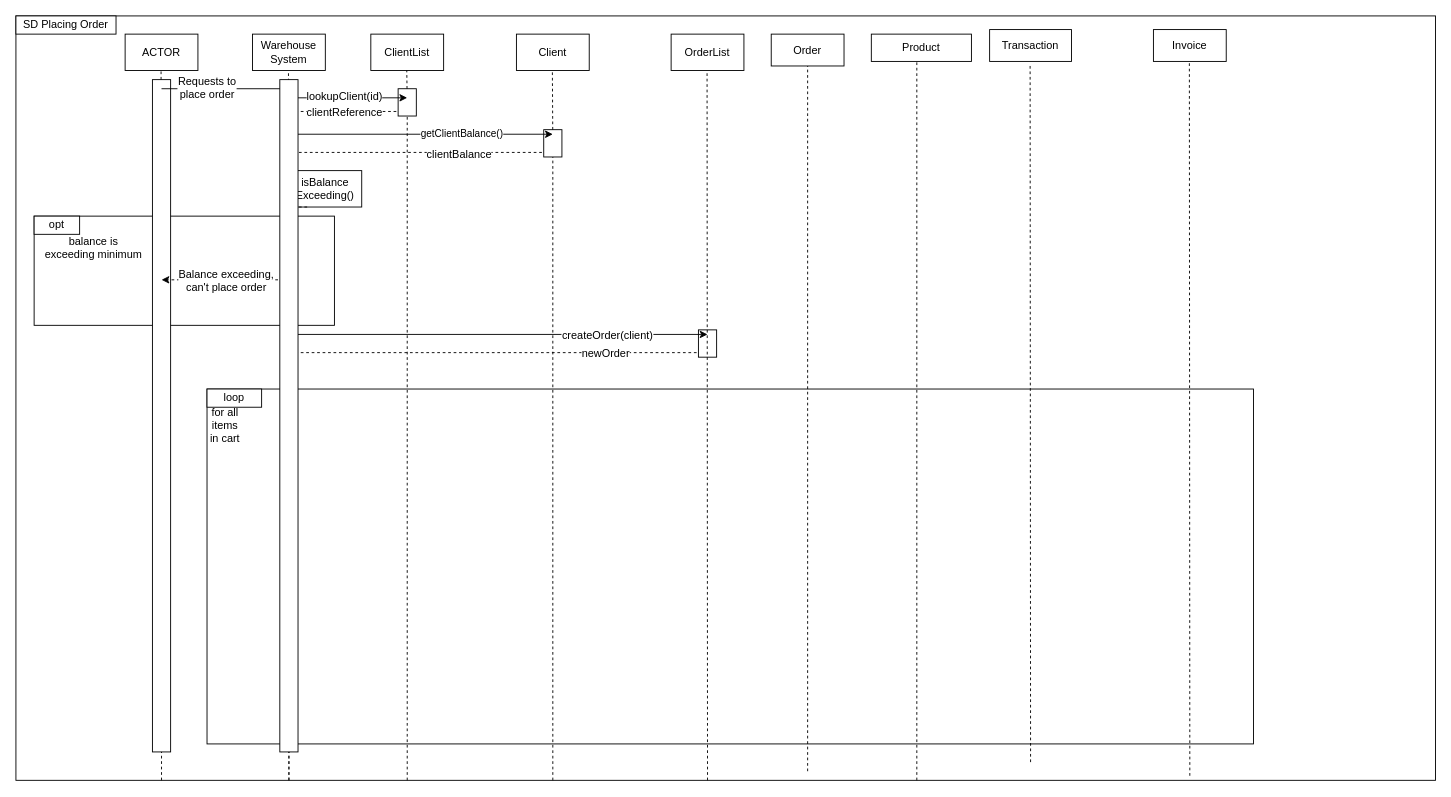
chrismd2/CSci-430-Group-11 keeps this draw.io diagram as Project_1/SequenceDiagrams/AcceptOrder.drawio. Above is the earlier version. Source tidied: cells renumbered, new cells numbered last; positions are measured from the earlier drawing's top-left corner, leaving out a move shared by most shapes. Both pictures are drawn from the tidied source at 91%, with x=0, y=0 at pixel (15, 15).
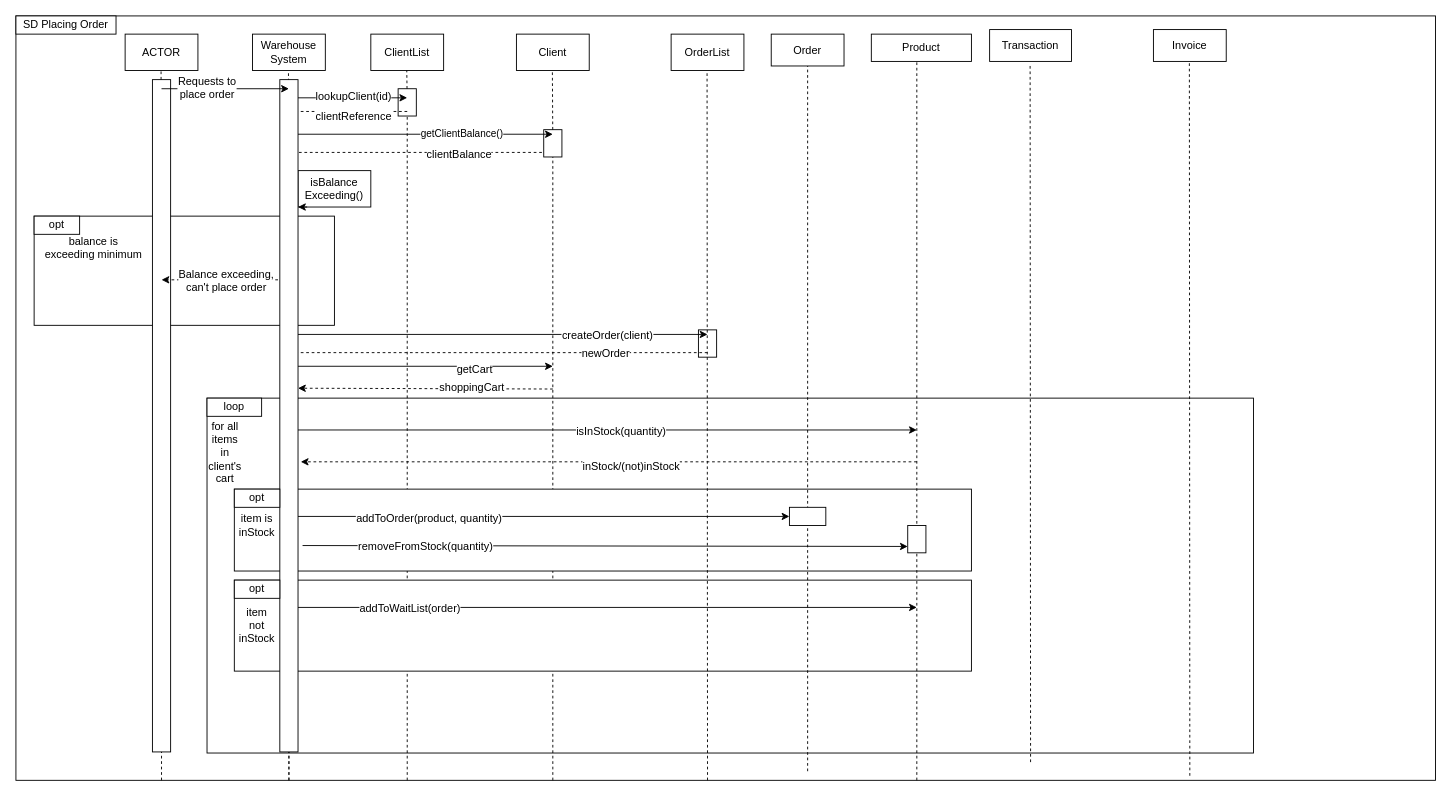
The same page after the edit.

The change refers to these unchanged cells:
```xml
<mxCell id="21" value="Order" style="rounded=0;whiteSpace=wrap;html=1;" parent="1" vertex="1">
  <mxGeometry x="830" y="20" width="80" height="35" as="geometry" />
</mxCell>
<mxCell id="28" style="endArrow=classic;html=1;" parent="1" edge="1">
  <mxGeometry relative="1" as="geometry">
    <mxPoint x="300" y="90" as="sourcePoint" />
    <mxPoint x="430" y="90" as="targetPoint" />
  </mxGeometry>
</mxCell>
```

Change to the diagram source:
```diff
@@
-    <mxCell id="3" style="endArrow=classic;html=1;dashed=1;" parent="1" edge="1">
-      <mxGeometry relative="1" as="geometry">
-        <mxPoint x="760" y="370" as="sourcePoint" />
-        <mxPoint x="300" y="370" as="targetPoint" />
-      </mxGeometry>
-    </mxCell>
-    <mxCell id="4" value="newOrder" style="text;html=1;align=center;verticalAlign=middle;labelBackgroundColor=#ffffff;" parent="3" vertex="1">
-      <mxGeometry x="-0.51" relative="1" as="geometry" />
-    </mxCell>
@@
-    <mxCell id="9" style="endArrow=classic;html=1;dashed=1;" parent="1" edge="1">
-      <mxGeometry relative="1" as="geometry">
-        <mxPoint x="430" y="105" as="sourcePoint" />
-        <mxPoint x="300" y="105" as="targetPoint" />
-      </mxGeometry>
-    </mxCell>
-    <mxCell id="10" value="clientReference" style="text;html=1;align=center;verticalAlign=middle;labelBackgroundColor=#ffffff;" parent="9" vertex="1">
-      <mxGeometry x="-0.4" y="1" relative="1" as="geometry">
-        <mxPoint x="-31" as="offset" />
-      </mxGeometry>
-    </mxCell>
@@
-    <mxCell id="24" style="endArrow=classic;html=1;" parent="1" edge="1">
-      <mxGeometry relative="1" as="geometry">
-        <mxPoint x="160" y="80" as="sourcePoint" />
-        <mxPoint x="300" y="80" as="targetPoint" />
-      </mxGeometry>
-    </mxCell>
-    <mxCell id="25" value="&lt;div&gt;Requests to &lt;br&gt;&lt;/div&gt;&lt;div&gt;place order&lt;br&gt;&lt;/div&gt;" style="text;html=1;align=center;verticalAlign=middle;labelBackgroundColor=#ffffff;" parent="24" vertex="1">
-      <mxGeometry x="-0.3" y="2" relative="1" as="geometry" />
-    </mxCell>
@@
     <mxCell id="29" value="lookupClient(id)" style="text;html=1;align=center;verticalAlign=middle;labelBackgroundColor=#ffffff;" parent="28" vertex="1">
       <mxGeometry x="0.23" y="2" relative="1" as="geometry">
-        <mxPoint x="-20" as="offset" />
+        <mxPoint x="-10" as="offset" />
       </mxGeometry>
     </mxCell>
@@
     <mxCell id="31" value="&lt;div&gt;isBalance&lt;/div&gt;&lt;div&gt;Exceeding()&lt;br&gt;&lt;/div&gt;" style="rounded=0;whiteSpace=wrap;html=1;" parent="1" vertex="1">
-      <mxGeometry x="300" y="170" width="80" height="40" as="geometry" />
+      <mxGeometry x="310" y="170" width="80" height="40" as="geometry" />
     </mxCell>
@@
     <mxCell id="38" style="rounded=0;whiteSpace=wrap;html=1;" parent="1" vertex="1">
-      <mxGeometry x="210" y="410" width="1150" height="390" as="geometry" />
+      <mxGeometry x="210" y="420" width="1150" height="390" as="geometry" />
     </mxCell>
@@
-    <mxCell id="42" style="endArrow=none;dashed=1;html=1;" parent="1" edge="1">
-      <mxGeometry relative="1" as="geometry">
-        <mxPoint x="760" y="840" as="sourcePoint" />
-        <mxPoint x="759.5" y="60" as="targetPoint" />
-      </mxGeometry>
-    </mxCell>
-    <mxCell id="43" style="endArrow=none;dashed=1;html=1;" parent="1" edge="1" target="21">
-      <mxGeometry relative="1" as="geometry">
-        <mxPoint x="870" y="830" as="sourcePoint" />
-      </mxGeometry>
-    </mxCell>
-    <mxCell id="44" style="endArrow=none;dashed=1;html=1;" parent="1" edge="1">
-      <mxGeometry relative="1" as="geometry">
-        <mxPoint x="990" y="840" as="sourcePoint" />
-        <mxPoint x="990" y="50" as="targetPoint" />
-      </mxGeometry>
-    </mxCell>
@@
     <mxCell id="47" value="loop" style="rounded=0;whiteSpace=wrap;html=1;" parent="1" vertex="1">
-      <mxGeometry x="210" y="410" width="60" height="20" as="geometry" />
+      <mxGeometry x="210" y="420" width="60" height="20" as="geometry" />
     </mxCell>
-    <mxCell id="48" value="for all items in cart" style="text;html=1;strokeColor=none;fillColor=none;align=center;verticalAlign=middle;whiteSpace=wrap;rounded=0;" parent="1" vertex="1">
-      <mxGeometry x="210" y="440" width="40" height="20" as="geometry" />
+    <mxCell id="48" value="for all items in client's cart" style="text;html=1;strokeColor=none;fillColor=none;align=center;verticalAlign=middle;whiteSpace=wrap;rounded=0;" parent="1" vertex="1">
+      <mxGeometry x="210" y="470" width="40" height="20" as="geometry" />
     </mxCell>
@@
-    <mxCell id="51" style="group;" parent="1" vertex="1">
-      <mxGeometry x="290" y="70" width="20" height="770" as="geometry" />
-    </mxCell>
-    <mxCell id="52" style="rounded=0;whiteSpace=wrap;html=1;" parent="51" vertex="1">
-      <mxGeometry width="20" height="738.8" as="geometry" />
-    </mxCell>
-    <mxCell id="53" style="endArrow=none;dashed=1;html=1;" parent="51" edge="1" target="52">
-      <mxGeometry relative="1" as="geometry">
-        <mxPoint x="10" y="770" as="sourcePoint" />
-      </mxGeometry>
-    </mxCell>
@@
+    <mxCell id="9" style="endArrow=classic;html=1;dashed=1;" parent="1" edge="1">
+      <mxGeometry relative="1" as="geometry">
+        <mxPoint x="430" y="105" as="sourcePoint" />
+        <mxPoint x="300" y="105" as="targetPoint" />
+      </mxGeometry>
+    </mxCell>
+    <mxCell id="10" value="clientReference" style="text;html=1;align=center;verticalAlign=middle;labelBackgroundColor=#ffffff;" parent="9" vertex="1">
+      <mxGeometry x="-0.4" y="1" relative="1" as="geometry">
+        <mxPoint x="-21" y="4" as="offset" />
+      </mxGeometry>
+    </mxCell>
+    <mxCell id="3" style="endArrow=classic;html=1;dashed=1;" parent="1" edge="1">
+      <mxGeometry relative="1" as="geometry">
+        <mxPoint x="760" y="370" as="sourcePoint" />
+        <mxPoint x="300" y="370" as="targetPoint" />
+      </mxGeometry>
+    </mxCell>
+    <mxCell id="4" value="newOrder" style="text;html=1;align=center;verticalAlign=middle;labelBackgroundColor=#ffffff;" parent="3" vertex="1">
+      <mxGeometry x="-0.51" relative="1" as="geometry" />
+    </mxCell>
+    <mxCell id="56" style="endArrow=classic;html=1;" parent="1" edge="1">
+      <mxGeometry relative="1" as="geometry">
+        <mxPoint x="310" y="385" as="sourcePoint" />
+        <mxPoint x="590" y="385" as="targetPoint" />
+      </mxGeometry>
+    </mxCell>
+    <mxCell id="57" value="getCart" style="text;html=1;align=center;verticalAlign=middle;labelBackgroundColor=#ffffff;" parent="56" vertex="1">
+      <mxGeometry x="0.38" y="-3" relative="1" as="geometry" />
+    </mxCell>
+    <mxCell id="58" style="endArrow=classic;html=1;entryX=1;entryY=0.459;entryDx=0;entryDy=0;entryPerimeter=0;dashed=1;" parent="1" edge="1" target="52">
+      <mxGeometry relative="1" as="geometry">
+        <mxPoint x="590" y="410" as="sourcePoint" />
+      </mxGeometry>
+    </mxCell>
+    <mxCell id="59" value="shoppingCart" style="text;html=1;align=center;verticalAlign=middle;labelBackgroundColor=#ffffff;" parent="58" vertex="1">
+      <mxGeometry x="-0.19" y="-1" relative="1" as="geometry">
+        <mxPoint x="23" as="offset" />
+      </mxGeometry>
+    </mxCell>
+    <mxCell id="60" style="endArrow=classic;html=1;" parent="1" edge="1">
+      <mxGeometry relative="1" as="geometry">
+        <mxPoint x="310" y="455" as="sourcePoint" />
+        <mxPoint x="990" y="455" as="targetPoint" />
+      </mxGeometry>
+    </mxCell>
+    <mxCell id="61" value="isInStock(quantity)" style="text;html=1;align=center;verticalAlign=middle;labelBackgroundColor=#ffffff;" parent="60" vertex="1">
+      <mxGeometry x="0.04" y="-1" relative="1" as="geometry" />
+    </mxCell>
+    <mxCell id="62" style="endArrow=classic;html=1;dashed=1;" parent="1" edge="1">
+      <mxGeometry relative="1" as="geometry">
+        <mxPoint x="990" y="490" as="sourcePoint" />
+        <mxPoint x="313" y="490" as="targetPoint" />
+      </mxGeometry>
+    </mxCell>
+    <mxCell id="63" value="inStock/(not)inStock" style="text;html=1;align=center;verticalAlign=middle;labelBackgroundColor=#ffffff;" parent="62" vertex="1">
+      <mxGeometry x="-0.07" y="5" relative="1" as="geometry" />
+    </mxCell>
+    <mxCell id="64" style="rounded=0;whiteSpace=wrap;html=1;" parent="1" vertex="1">
+      <mxGeometry x="240" y="520" width="810" height="90" as="geometry" />
+    </mxCell>
+    <mxCell id="51" style="group;" parent="1" vertex="1">
+      <mxGeometry x="290" y="70" width="760" height="770" as="geometry" />
+    </mxCell>
+    <mxCell id="53" style="endArrow=none;dashed=1;html=1;" parent="51" edge="1" target="52">
+      <mxGeometry relative="1" as="geometry">
+        <mxPoint x="10" y="770" as="sourcePoint" />
+      </mxGeometry>
+    </mxCell>
+    <mxCell id="65" style="rounded=0;whiteSpace=wrap;html=1;" parent="51" vertex="1">
+      <mxGeometry x="-50" y="550" width="810" height="100" as="geometry" />
+    </mxCell>
+    <mxCell id="52" style="rounded=0;whiteSpace=wrap;html=1;" parent="51" vertex="1">
+      <mxGeometry width="20" height="738.8" as="geometry" />
+    </mxCell>
+    <mxCell id="66" value="opt" style="rounded=0;whiteSpace=wrap;html=1;" parent="51" vertex="1">
+      <mxGeometry x="-50" y="550" width="50" height="20" as="geometry" />
+    </mxCell>
+    <mxCell id="67" value="&lt;div&gt;item&lt;/div&gt;&lt;div&gt;not&lt;/div&gt;&lt;div&gt;inStock&lt;br&gt;&lt;/div&gt;" style="text;html=1;strokeColor=none;fillColor=none;align=center;verticalAlign=middle;whiteSpace=wrap;rounded=0;" parent="51" vertex="1">
+      <mxGeometry x="-45" y="590" width="40" height="20" as="geometry" />
+    </mxCell>
+    <mxCell id="68" value="&lt;div&gt;item is &lt;br&gt;&lt;/div&gt;&lt;div&gt;inStock&lt;br&gt;&lt;/div&gt;" style="text;html=1;strokeColor=none;fillColor=none;align=center;verticalAlign=middle;whiteSpace=wrap;rounded=0;" parent="1" vertex="1">
+      <mxGeometry x="245" y="550" width="40" height="20" as="geometry" />
+    </mxCell>
+    <mxCell id="69" value="opt" style="rounded=0;whiteSpace=wrap;html=1;" parent="1" vertex="1">
+      <mxGeometry x="240" y="520" width="50" height="20" as="geometry" />
+    </mxCell>
+    <mxCell id="24" style="endArrow=classic;html=1;" parent="1" edge="1">
+      <mxGeometry relative="1" as="geometry">
+        <mxPoint x="160" y="80" as="sourcePoint" />
+        <mxPoint x="300" y="80" as="targetPoint" />
+      </mxGeometry>
+    </mxCell>
+    <mxCell id="25" value="&lt;div&gt;Requests to &lt;br&gt;&lt;/div&gt;&lt;div&gt;place order&lt;br&gt;&lt;/div&gt;" style="text;html=1;align=center;verticalAlign=middle;labelBackgroundColor=#ffffff;" parent="24" vertex="1">
+      <mxGeometry x="-0.3" y="2" relative="1" as="geometry" />
+    </mxCell>
+    <mxCell id="42" style="endArrow=none;dashed=1;html=1;" parent="1" edge="1">
+      <mxGeometry relative="1" as="geometry">
+        <mxPoint x="760" y="840" as="sourcePoint" />
+        <mxPoint x="759.5" y="60" as="targetPoint" />
+      </mxGeometry>
+    </mxCell>
+    <mxCell id="43" style="endArrow=none;dashed=1;html=1;" parent="1" edge="1" target="21">
+      <mxGeometry relative="1" as="geometry">
+        <mxPoint x="870" y="830" as="sourcePoint" />
+      </mxGeometry>
+    </mxCell>
+    <mxCell id="70" style="rounded=0;whiteSpace=wrap;html=1;" parent="1" vertex="1">
+      <mxGeometry x="850" y="540" width="40" height="20" as="geometry" />
+    </mxCell>
+    <mxCell id="44" style="endArrow=none;dashed=1;html=1;" parent="1" edge="1">
+      <mxGeometry relative="1" as="geometry">
+        <mxPoint x="990" y="840" as="sourcePoint" />
+        <mxPoint x="990" y="50" as="targetPoint" />
+      </mxGeometry>
+    </mxCell>
+    <mxCell id="71" style="endArrow=classic;html=1;" parent="1" edge="1">
+      <mxGeometry relative="1" as="geometry">
+        <mxPoint x="310" y="550" as="sourcePoint" />
+        <mxPoint x="850" y="550" as="targetPoint" />
+      </mxGeometry>
+    </mxCell>
+    <mxCell id="72" value="addToOrder(product, quantity)" style="text;html=1;align=center;verticalAlign=middle;labelBackgroundColor=#ffffff;" parent="71" vertex="1">
+      <mxGeometry x="-0.47" y="-2" relative="1" as="geometry" />
+    </mxCell>
+    <mxCell id="73" style="rounded=0;whiteSpace=wrap;html=1;" parent="1" vertex="1">
+      <mxGeometry x="980" y="560" width="20" height="30" as="geometry" />
+    </mxCell>
+    <mxCell id="74" style="endArrow=classic;html=1;exitX=1.25;exitY=0.693;exitDx=0;exitDy=0;exitPerimeter=0;" parent="1" edge="1" source="52">
+      <mxGeometry relative="1" as="geometry">
+        <mxPoint x="980" y="583" as="targetPoint" />
+      </mxGeometry>
+    </mxCell>
+    <mxCell id="75" value="removeFromStock(quantity)" style="text;html=1;align=center;verticalAlign=middle;labelBackgroundColor=#ffffff;" parent="74" vertex="1">
+      <mxGeometry x="-0.54" relative="1" as="geometry">
+        <mxPoint x="-18" as="offset" />
+      </mxGeometry>
+    </mxCell>
+    <mxCell id="76" style="endArrow=classic;html=1;" parent="1" edge="1">
+      <mxGeometry relative="1" as="geometry">
+        <mxPoint x="310" y="650" as="sourcePoint" />
+        <mxPoint x="990" y="650" as="targetPoint" />
+      </mxGeometry>
+    </mxCell>
+    <mxCell id="77" value="addToWaitList(order)" style="text;html=1;align=center;verticalAlign=middle;labelBackgroundColor=#ffffff;" parent="76" vertex="1">
+      <mxGeometry x="-0.64" y="-1" relative="1" as="geometry" />
+    </mxCell>
```
